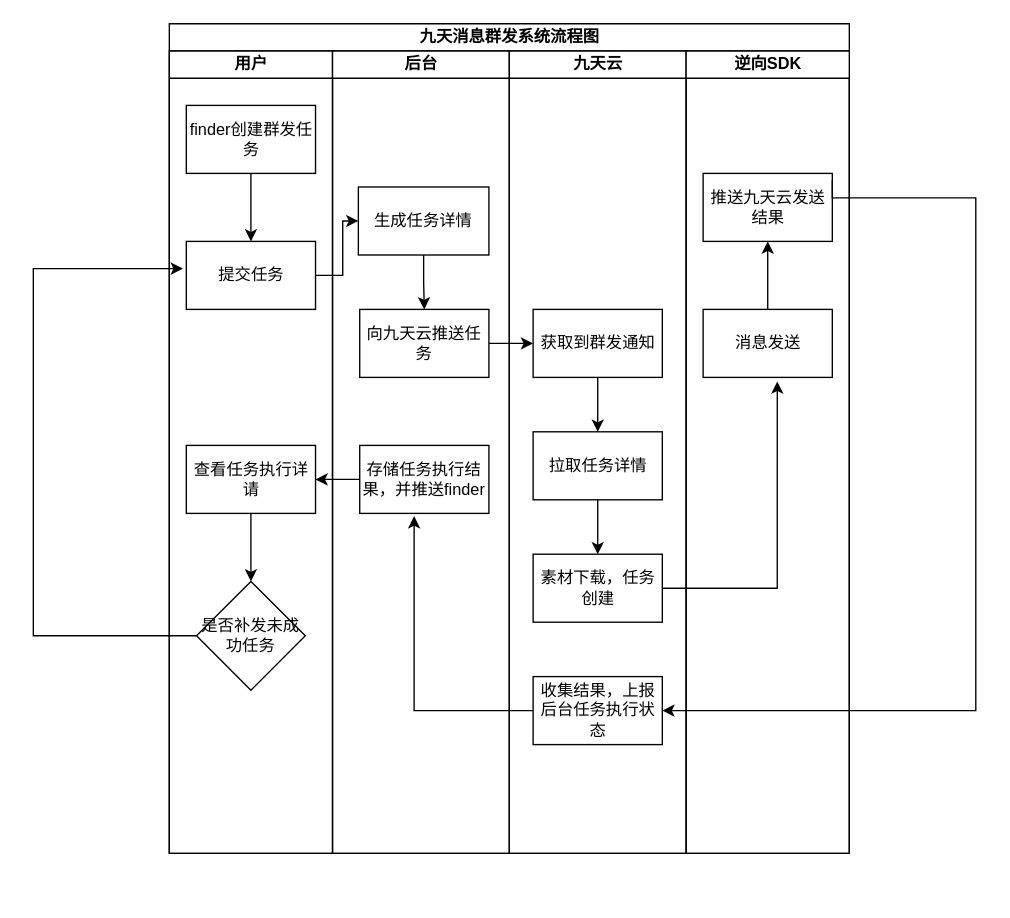
Earlier version of the draw.io diagram page "群发流程泳道图" (1 of 3) of 九天群发系统架构.drawio (weishengzu/Draw.io). Source tidied: cells renumbered, new cells numbered last; positions are measured from the earlier drawing's top-left corner, leaving out a move shared by most shapes. Both pictures are drawn from the tidied source at 136%, with x=0, y=0 at pixel (33, 23).
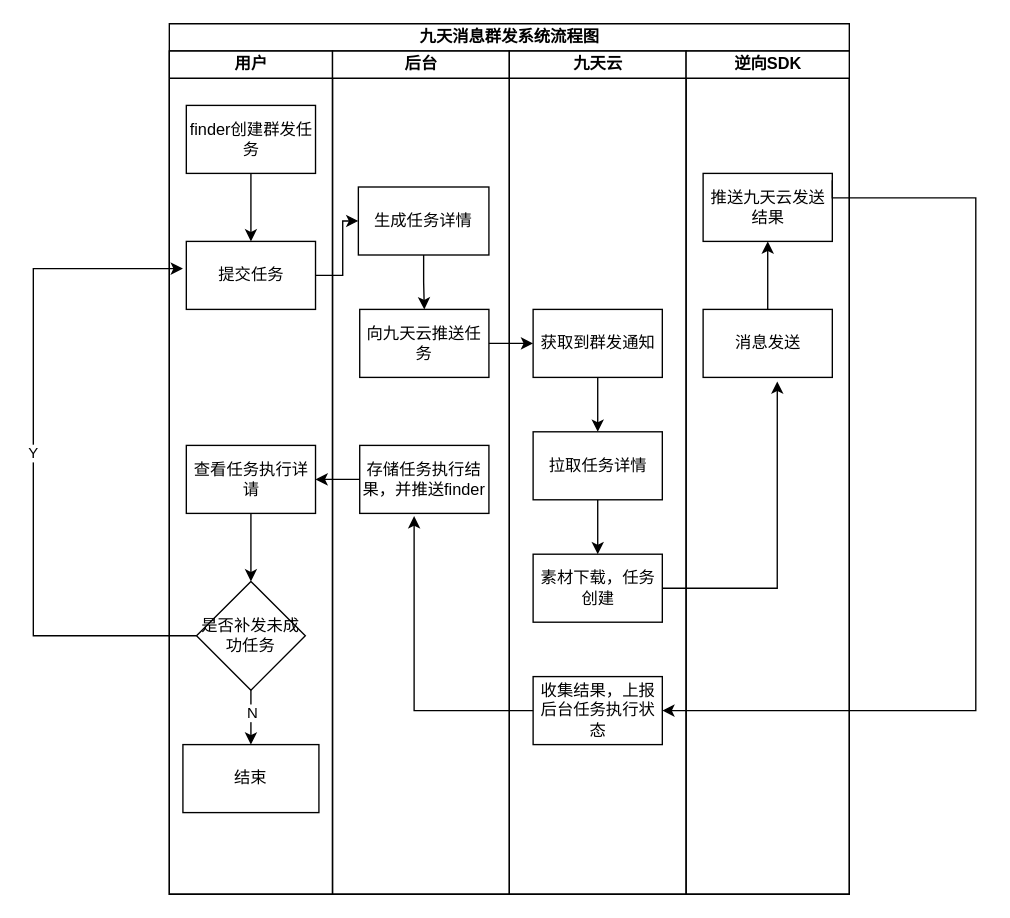
Above is the later version.

Commit message:
更新九天群发系统架构.drawio

Unchanged cells that the change refers to:
```xml
<mxCell id="9" style="edgeStyle=orthogonalEdgeStyle;rounded=0;jettySize=auto;html=1;" parent="3" edge="1" source="10">
  <mxGeometry relative="1" as="geometry">
    <mxPoint x="10" y="160" as="targetPoint" />
    <Array as="points">
      <mxPoint x="-100" y="430" />
      <mxPoint x="-100" y="160" />
    </Array>
  </mxGeometry>
</mxCell>
<mxCell id="10" value="是否补发未成功任务" style="rhombus;whiteSpace=wrap;html=1;" parent="3" vertex="1">
  <mxGeometry x="20" y="390" width="80" height="80" as="geometry" />
</mxCell>
```

Change to the diagram source:
```diff
@@
     <mxCell id="2" value="九天消息群发系统流程图" style="swimlane;startSize=20;html=1;" parent="1" vertex="1">
-      <mxGeometry x="100" width="500" height="610" as="geometry" />
+      <mxGeometry x="100" width="500" height="640" as="geometry" />
     </mxCell>
     <mxCell id="3" value="用户" style="swimlane;startSize=20;html=1;" parent="2" vertex="1">
-      <mxGeometry y="20" width="120" height="590" as="geometry" />
+      <mxGeometry y="20" width="120" height="620" as="geometry" />
     </mxCell>
@@
+    <mxCell id="33" value="Y" style="edgeLabel;html=1;align=center;verticalAlign=middle;" parent="9" vertex="1">
+      <mxGeometry x="0.02" y="1" relative="1" as="geometry" />
+    </mxCell>
+    <mxCell id="34" style="edgeStyle=orthogonalEdgeStyle;rounded=0;jettySize=auto;html=1;" parent="3" edge="1" source="10" target="36">
+      <mxGeometry relative="1" as="geometry" />
+    </mxCell>
+    <mxCell id="35" value="N" style="edgeLabel;html=1;align=center;verticalAlign=middle;" parent="34" vertex="1">
+      <mxGeometry x="-0.2" relative="1" as="geometry" />
+    </mxCell>
@@
+    <mxCell id="36" value="结束" style="whiteSpace=wrap;html=1;" parent="3" vertex="1">
+      <mxGeometry x="10" y="510" width="100" height="50" as="geometry" />
+    </mxCell>
     <mxCell id="11" value="后台" style="swimlane;startSize=20;html=1;" parent="2" vertex="1">
-      <mxGeometry x="120" y="20" width="130" height="590" as="geometry" />
+      <mxGeometry x="120" y="20" width="130" height="620" as="geometry" />
     </mxCell>
@@
     <mxCell id="16" value="九天云" style="swimlane;startSize=20;html=1;" parent="2" vertex="1">
-      <mxGeometry x="250" y="20" width="130" height="590" as="geometry" />
+      <mxGeometry x="250" y="20" width="130" height="620" as="geometry" />
     </mxCell>
@@
     <mxCell id="23" value="逆向SDK" style="swimlane;startSize=20;html=1;" parent="2" vertex="1">
-      <mxGeometry x="380" y="20" width="120" height="590" as="geometry" />
+      <mxGeometry x="380" y="20" width="120" height="620" as="geometry" />
     </mxCell>
```
